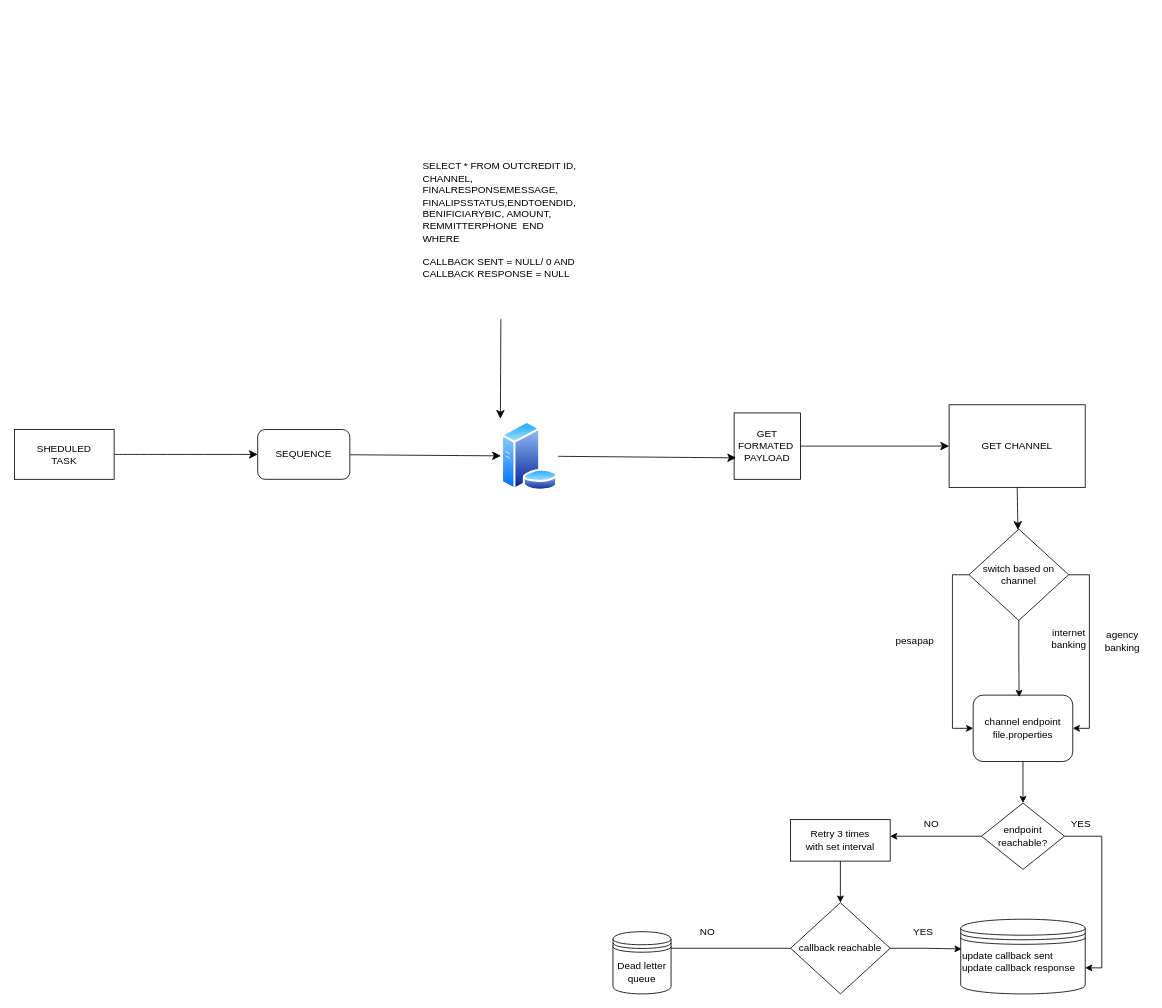
Before: page "Page-5" (3 of 3) of Untitled Diagram.drawio in evankahenya/portfolio, a draw.io diagram. Source tidied: cells renumbered, new cells numbered last; positions are measured from the earlier drawing's top-left corner, leaving out a move shared by most shapes. Both pictures are drawn from the tidied source at 83%, with x=0, y=0 at pixel (14, 14).
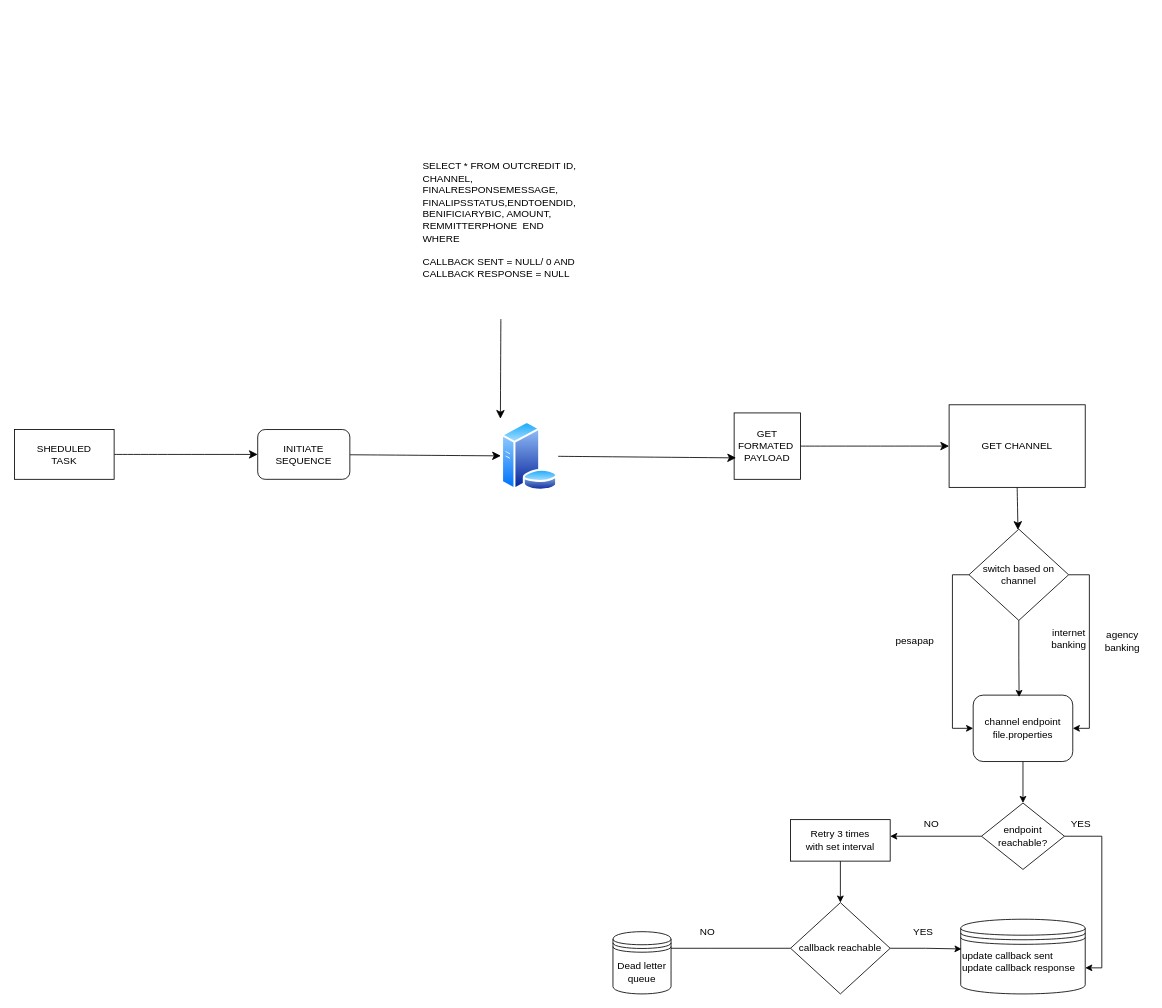
The same diagram, later.

What changed in the source:
```diff
@@
-    <mxCell id="5" value="SEQUENCE" style="rounded=1;whiteSpace=wrap;html=1;" parent="1" vertex="1">
+    <mxCell id="5" value="INITIATE SEQUENCE" style="rounded=1;whiteSpace=wrap;html=1;" parent="1" vertex="1">
       <mxGeometry x="293" y="500" width="111" height="60" as="geometry" />
     </mxCell>
```
